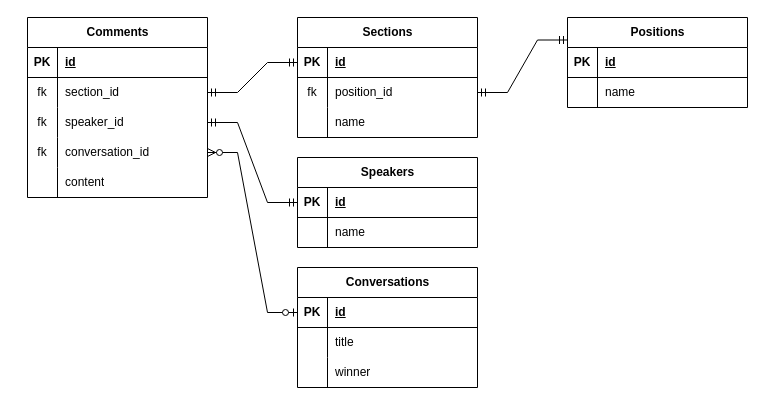
This is docs/ERdiagram.drawio from Sakauchi444/argut_ai, a draw.io file, before an edit. Source tidied: cells renumbered, new cells numbered last; positions are measured from the earlier drawing's top-left corner, leaving out a move shared by most shapes. Both pictures are drawn from the tidied source at 100%, with x=0, y=0 at pixel (27, -103).
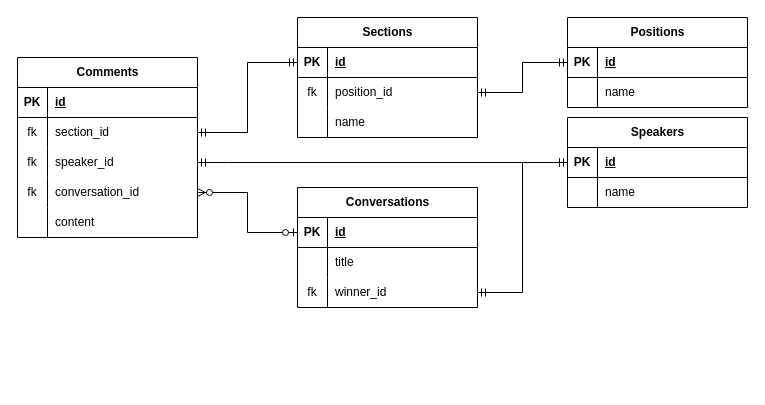
The same diagram, later.

Unchanged cells that the change refers to:
```xml
<mxCell id="3" style="shape=tableRow;horizontal=0;startSize=0;swimlaneHead=0;swimlaneBody=0;fillColor=none;points=[[0,0.5],[1,0.5]];portConstraint=eastwest;top=0;left=0;right=0;bottom=1;" parent="2" vertex="1">
  <mxGeometry y="30" width="180" height="30" as="geometry" />
</mxCell>
<mxCell id="9" style="shape=tableRow;horizontal=0;startSize=0;swimlaneHead=0;swimlaneBody=0;fillColor=none;points=[[0,0.5],[1,0.5]];portConstraint=eastwest;top=0;left=0;right=0;bottom=0;" parent="2" vertex="1">
  <mxGeometry y="90" width="180" height="30" as="geometry" />
</mxCell>
<mxCell id="13" style="shape=tableRow;horizontal=0;startSize=0;swimlaneHead=0;swimlaneBody=0;fillColor=none;points=[[0,0.5],[1,0.5]];portConstraint=eastwest;top=0;left=0;right=0;bottom=1;" parent="12" vertex="1">
  <mxGeometry y="30" width="180" height="30" as="geometry" />
</mxCell>
<mxCell id="23" style="shape=tableRow;horizontal=0;startSize=0;swimlaneHead=0;swimlaneBody=0;fillColor=none;points=[[0,0.5],[1,0.5]];portConstraint=eastwest;top=0;left=0;right=0;bottom=0;" parent="19" vertex="1">
  <mxGeometry y="60" width="180" height="30" as="geometry" />
</mxCell>
<mxCell id="29" style="shape=tableRow;horizontal=0;startSize=0;swimlaneHead=0;swimlaneBody=0;fillColor=none;points=[[0,0.5],[1,0.5]];portConstraint=eastwest;top=0;left=0;right=0;bottom=0;" parent="19" vertex="1">
  <mxGeometry y="120" width="180" height="30" as="geometry" />
</mxCell>
<mxCell id="35" value="Positions" style="shape=table;startSize=30;childLayout=tableLayout;rowLines=0;fontStyle=1;align=center;html=1;" parent="1" vertex="1">
  <mxGeometry x="540" y="120" width="180" height="90" as="geometry" />
</mxCell>
<mxCell id="36" style="shape=tableRow;horizontal=0;startSize=0;swimlaneHead=0;swimlaneBody=0;fillColor=none;points=[[0,0.5],[1,0.5]];portConstraint=eastwest;top=0;left=0;right=0;bottom=1;" parent="35" vertex="1">
  <mxGeometry y="30" width="180" height="30" as="geometry" />
</mxCell>
<mxCell id="43" style="shape=tableRow;horizontal=0;startSize=0;swimlaneHead=0;swimlaneBody=0;fillColor=none;points=[[0,0.5],[1,0.5]];portConstraint=eastwest;top=0;left=0;right=0;bottom=1;" parent="42" vertex="1">
  <mxGeometry y="30" width="180" height="30" as="geometry" />
</mxCell>
<mxCell id="46" style="shape=tableRow;horizontal=0;startSize=0;swimlaneHead=0;swimlaneBody=0;fillColor=none;points=[[0,0.5],[1,0.5]];portConstraint=eastwest;top=0;left=0;right=0;bottom=0;" parent="42" vertex="1">
  <mxGeometry y="60" width="180" height="30" as="geometry" />
</mxCell>
```

The edit, as a diff of the source:
```diff
@@
     <mxCell id="2" value="Conversations" style="shape=table;startSize=30;childLayout=tableLayout;rowLines=0;fontStyle=1;align=center;html=1;" parent="1" vertex="1">
-      <mxGeometry x="270" y="370" width="180" height="120" as="geometry" />
+      <mxGeometry x="270" y="290" width="180" height="120" as="geometry" />
     </mxCell>
@@
-    <mxCell id="10" style="shape=partialRectangle;fillColor=none;top=0;left=0;bottom=0;right=0;overflow=hidden;whiteSpace=wrap;html=1;" parent="9" vertex="1">
+    <mxCell id="10" value="fk" style="shape=partialRectangle;fillColor=none;top=0;left=0;bottom=0;right=0;overflow=hidden;whiteSpace=wrap;html=1;" parent="9" vertex="1">
       <mxGeometry width="30" height="30" as="geometry" />
     </mxCell>
-    <mxCell id="11" value="winner" style="shape=partialRectangle;fillColor=none;top=0;left=0;bottom=0;right=0;align=left;spacingLeft=6;overflow=hidden;whiteSpace=wrap;html=1;" parent="9" vertex="1">
+    <mxCell id="11" value="winner_id" style="shape=partialRectangle;fillColor=none;top=0;left=0;bottom=0;right=0;align=left;spacingLeft=6;overflow=hidden;whiteSpace=wrap;html=1;" parent="9" vertex="1">
       <mxGeometry x="30" width="150" height="30" as="geometry" />
     </mxCell>
     <mxCell id="12" value="Speakers" style="shape=table;startSize=30;childLayout=tableLayout;rowLines=0;fontStyle=1;align=center;html=1;" parent="1" vertex="1">
-      <mxGeometry x="270" y="260" width="180" height="90" as="geometry" />
+      <mxGeometry x="540" y="220" width="180" height="90" as="geometry" />
     </mxCell>
@@
     <mxCell id="19" value="Comments" style="shape=table;startSize=30;childLayout=tableLayout;rowLines=0;fontStyle=1;align=center;html=1;" parent="1" vertex="1">
-      <mxGeometry y="120" width="180" height="180" as="geometry" />
+      <mxGeometry x="-10" y="160" width="180" height="180" as="geometry" />
     </mxCell>
@@
-    <mxCell id="52" style="edgeStyle=entityRelationEdgeStyle;fontSize=12;html=1;endArrow=ERzeroToMany;startArrow=ERzeroToOne;rounded=0;exitX=0;exitY=0.5;exitDx=0;exitDy=0;entryX=1;entryY=0.5;entryDx=0;entryDy=0;" parent="1" edge="1" source="3" target="29">
-      <mxGeometry relative="1" as="geometry">
-        <Array as="points">
-          <mxPoint x="140" />
-        </Array>
-      </mxGeometry>
+    <mxCell id="52" style="edgeStyle=orthogonalEdgeStyle;fontSize=12;html=1;endArrow=ERzeroToMany;startArrow=ERzeroToOne;rounded=0;exitX=0;exitY=0.5;exitDx=0;exitDy=0;entryX=1;entryY=0.5;entryDx=0;entryDy=0;" parent="1" edge="1" source="3" target="29">
+      <mxGeometry relative="1" as="geometry" />
     </mxCell>
-    <mxCell id="53" style="edgeStyle=entityRelationEdgeStyle;fontSize=12;html=1;endArrow=ERmandOne;startArrow=ERmandOne;rounded=0;exitX=1;exitY=0.5;exitDx=0;exitDy=0;entryX=0;entryY=0.5;entryDx=0;entryDy=0;" parent="1" edge="1" source="23" target="43">
+    <mxCell id="53" style="edgeStyle=orthogonalEdgeStyle;fontSize=12;html=1;endArrow=ERmandOne;startArrow=ERmandOne;rounded=0;exitX=1;exitY=0.5;exitDx=0;exitDy=0;entryX=0;entryY=0.5;entryDx=0;entryDy=0;elbow=vertical;" parent="1" edge="1" source="23" target="43">
       <mxGeometry relative="1" as="geometry" />
     </mxCell>
-    <mxCell id="54" style="edgeStyle=entityRelationEdgeStyle;fontSize=12;html=1;endArrow=ERmandOne;startArrow=ERmandOne;rounded=0;exitX=1;exitY=0.5;exitDx=0;exitDy=0;entryX=0;entryY=0.25;entryDx=0;entryDy=0;" parent="1" edge="1" source="46" target="35">
+    <mxCell id="54" style="edgeStyle=orthogonalEdgeStyle;fontSize=12;html=1;endArrow=ERmandOne;startArrow=ERmandOne;rounded=0;exitX=1;exitY=0.5;exitDx=0;exitDy=0;entryX=0;entryY=0.5;entryDx=0;entryDy=0;" parent="1" edge="1" source="46" target="36">
       <mxGeometry relative="1" as="geometry" />
     </mxCell>
@@
+    <mxCell id="56" style="edgeStyle=orthogonalEdgeStyle;fontSize=12;html=1;endArrow=ERmandOne;startArrow=ERmandOne;rounded=0;entryX=0;entryY=0.5;entryDx=0;entryDy=0;exitX=1;exitY=0.5;exitDx=0;exitDy=0;" parent="1" edge="1" source="9" target="13">
+      <mxGeometry relative="1" as="geometry" />
+    </mxCell>
```
